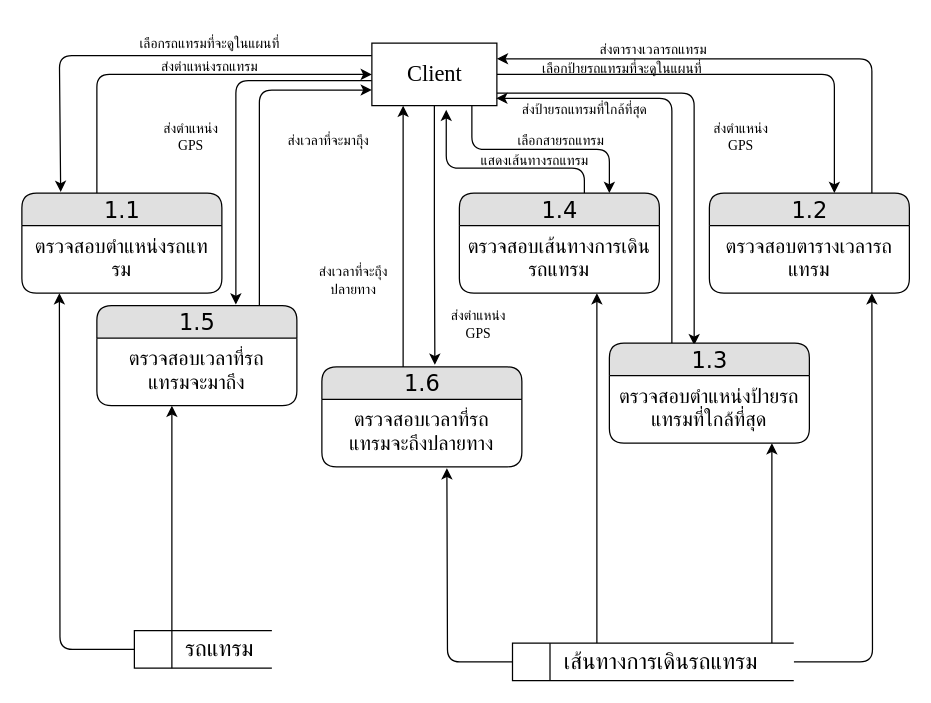
The draw.io diagram page "1" (3 of 3) of data_flow.drawio in Domineice/Tram_tracking_draft, before the edit. Source tidied: cells renumbered, new cells numbered last; positions are measured from the earlier drawing's top-left corner, leaving out a move shared by most shapes. Both pictures are drawn from the tidied source at 125%, with x=0, y=0 at pixel (21, 21).
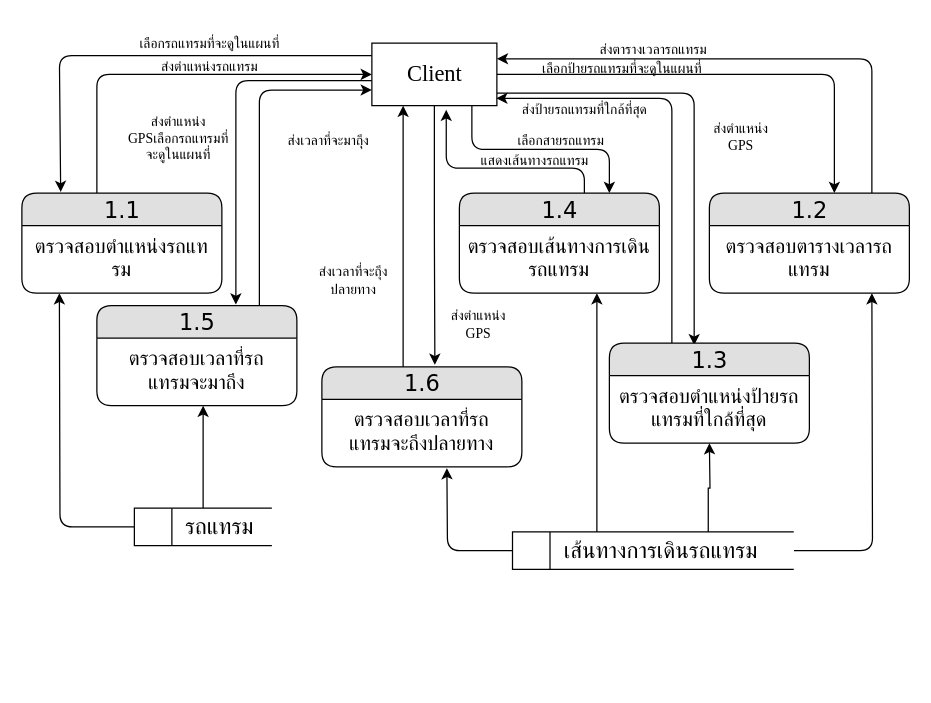
The same page after the edit.

What changed in the source:
```diff
@@
-    <mxCell id="10" style="edgeStyle=orthogonalEdgeStyle;rounded=1;jettySize=auto;html=1;fontFamily=Times New Roman;fontSize=11;" parent="1" edge="1" source="11">
-      <mxGeometry relative="1" as="geometry">
-        <mxPoint x="120" y="307" as="targetPoint" />
-        <Array as="points">
-          <mxPoint x="120" y="467" />
-          <mxPoint x="120" y="467" />
-        </Array>
-      </mxGeometry>
-    </mxCell>
+    <mxCell id="47" style="edgeStyle=orthogonalEdgeStyle;rounded=0;jettySize=auto;html=1;" parent="1" edge="1" source="11">
+      <mxGeometry relative="1" as="geometry">
+        <mxPoint x="145" y="307" as="targetPoint" />
+      </mxGeometry>
+    </mxCell>
     <mxCell id="11" value="&lt;span style=&quot;white-space: pre&quot;&gt;&#9;&lt;/span&gt;รถแทรม" style="html=1;dashed=0;whitespace=wrap;shape=mxgraph.dfd.dataStoreID;align=left;spacingLeft=3;points=[[0,0],[0.5,0],[1,0],[0,0.5],[1,0.5],[0,1],[0.5,1],[1,1]];fontFamily=Times New Roman;fontSize=18;" parent="1" vertex="1">
-      <mxGeometry x="90" y="487" width="110" height="30" as="geometry" />
+      <mxGeometry x="90" y="389" width="110" height="30" as="geometry" />
     </mxCell>
@@
-    <mxCell id="13" style="edgeStyle=orthogonalEdgeStyle;rounded=1;jettySize=auto;html=1;fontFamily=Times New Roman;fontSize=11;" parent="1" edge="1" source="16">
-      <mxGeometry relative="1" as="geometry">
-        <mxPoint x="600" y="337" as="targetPoint" />
-        <Array as="points">
-          <mxPoint x="600" y="527" />
-          <mxPoint x="600" y="527" />
-        </Array>
-      </mxGeometry>
-    </mxCell>
@@
+    <mxCell id="48" style="edgeStyle=orthogonalEdgeStyle;rounded=0;jettySize=auto;html=1;exitX=0.696;exitY=0.067;exitDx=0;exitDy=0;exitPerimeter=0;" parent="1" edge="1" source="16">
+      <mxGeometry relative="1" as="geometry">
+        <mxPoint x="550" y="337" as="targetPoint" />
+      </mxGeometry>
+    </mxCell>
     <mxCell id="16" value="&lt;span&gt;&#9;&lt;/span&gt;&lt;span style=&quot;white-space: pre&quot;&gt;&#9;&lt;/span&gt;เส้นทางการเดินรถแทรม" style="html=1;dashed=0;whitespace=wrap;shape=mxgraph.dfd.dataStoreID;align=left;spacingLeft=3;points=[[0,0],[0.5,0],[1,0],[0,0.5],[1,0.5],[0,1],[0.5,1],[1,1]];fontFamily=Times New Roman;fontSize=18;" parent="1" vertex="1">
-      <mxGeometry x="392.5" y="497" width="225" height="30" as="geometry" />
+      <mxGeometry x="392.5" y="408" width="225" height="30" as="geometry" />
     </mxCell>
@@
-    <mxCell id="40" value="ส่งตำแหน่ง&lt;br&gt;GPS" style="text;html=1;align=center;verticalAlign=middle;strokeColor=none;fillColor=none;fontSize=11;fontFamily=Times New Roman;" parent="1" vertex="1">
-      <mxGeometry x="100" y="77" width="70" height="30" as="geometry" />
+    <mxCell id="40" value="ส่งตำแหน่ง&lt;br&gt;GPSเลือกรถแทรมที่&lt;br&gt;จะดูในแผนที่" style="text;html=1;align=center;verticalAlign=middle;strokeColor=none;fillColor=none;fontSize=11;fontFamily=Times New Roman;" parent="1" vertex="1">
+      <mxGeometry x="75" y="73" width="100" height="40" as="geometry" />
     </mxCell>
```
